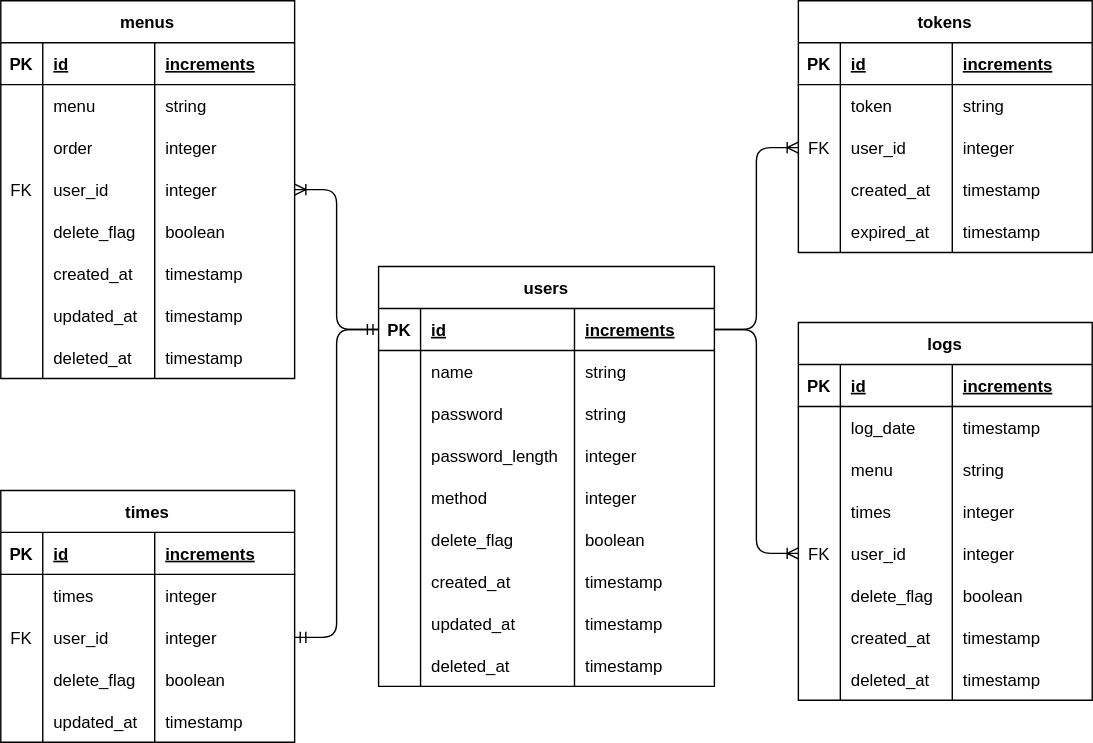
Earlier version of the draw.io export database.svg (anti-paper/design). Source tidied: cells renumbered, new cells last; positions are measured from the earlier drawing's top-left corner, leaving out a move shared by most shapes.
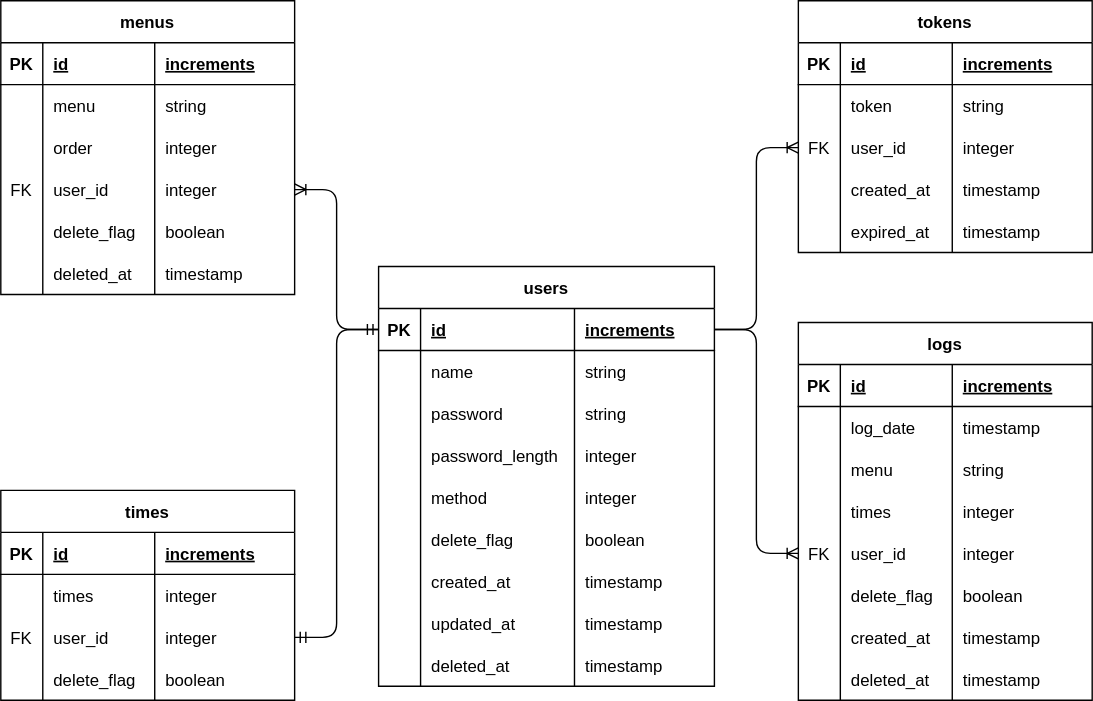
Above is the later version.

Commit message:
ER図SVGファイル更新忘れ対応

The edit, as a diff of the source:
```diff
@@ -282,7 +282,7 @@
       <mxGeometry relative="1" as="geometry" />
     </mxCell>
     <mxCell id="95" value="menus" style="shape=table;startSize=30;rowLines=0;fontStyle=1;align=center;" parent="1" vertex="1">
-      <mxGeometry width="210" height="270" as="geometry" />
+      <mxGeometry width="210" height="210" as="geometry" />
     </mxCell>
     <mxCell id="96" style="shape=tableRow;horizontal=0;startSize=0;swimlaneHead=0;swimlaneBody=0;fillColor=none;top=0;left=0;right=0;bottom=1;" parent="95" vertex="1">
       <mxGeometry y="30" width="210" height="30" as="geometry" />
@@ -344,32 +344,8 @@
     <mxCell id="115" value="boolean" style="shape=partialRectangle;fillColor=none;top=0;left=0;bottom=0;right=0;align=left;spacingLeft=6;overflow=hidden;" parent="112" vertex="1">
       <mxGeometry x="110" width="100" height="30" as="geometry" />
     </mxCell>
-    <mxCell id="116" style="shape=tableRow;horizontal=0;startSize=0;swimlaneHead=0;swimlaneBody=0;fillColor=none;top=0;left=0;right=0;bottom=0;" parent="95" vertex="1">
-      <mxGeometry y="180" width="210" height="30" as="geometry" />
-    </mxCell>
-    <mxCell id="117" style="shape=partialRectangle;fillColor=none;top=0;left=0;bottom=0;right=0;overflow=hidden;" parent="116" vertex="1">
-      <mxGeometry width="30" height="30" as="geometry" />
-    </mxCell>
-    <mxCell id="118" value="created_at" style="shape=partialRectangle;fillColor=none;top=0;left=0;bottom=0;right=0;align=left;spacingLeft=6;overflow=hidden;" parent="116" vertex="1">
-      <mxGeometry x="30" width="80" height="30" as="geometry" />
-    </mxCell>
-    <mxCell id="119" value="timestamp" style="shape=partialRectangle;fillColor=none;top=0;left=0;bottom=0;right=0;align=left;spacingLeft=6;overflow=hidden;" parent="116" vertex="1">
-      <mxGeometry x="110" width="100" height="30" as="geometry" />
-    </mxCell>
-    <mxCell id="120" style="shape=tableRow;horizontal=0;startSize=0;swimlaneHead=0;swimlaneBody=0;fillColor=none;top=0;left=0;right=0;bottom=0;" parent="95" vertex="1">
-      <mxGeometry y="210" width="210" height="30" as="geometry" />
-    </mxCell>
-    <mxCell id="121" style="shape=partialRectangle;fillColor=none;top=0;left=0;bottom=0;right=0;overflow=hidden;" parent="120" vertex="1">
-      <mxGeometry width="30" height="30" as="geometry" />
-    </mxCell>
-    <mxCell id="122" value="updated_at" style="shape=partialRectangle;fillColor=none;top=0;left=0;bottom=0;right=0;align=left;spacingLeft=6;overflow=hidden;" parent="120" vertex="1">
-      <mxGeometry x="30" width="80" height="30" as="geometry" />
-    </mxCell>
-    <mxCell id="123" value="timestamp" style="shape=partialRectangle;fillColor=none;top=0;left=0;bottom=0;right=0;align=left;spacingLeft=6;overflow=hidden;" parent="120" vertex="1">
-      <mxGeometry x="110" width="100" height="30" as="geometry" />
-    </mxCell>
     <mxCell id="124" style="shape=tableRow;horizontal=0;startSize=0;swimlaneHead=0;swimlaneBody=0;fillColor=none;top=0;left=0;right=0;bottom=0;" parent="95" vertex="1">
-      <mxGeometry y="240" width="210" height="30" as="geometry" />
+      <mxGeometry y="180" width="210" height="30" as="geometry" />
     </mxCell>
     <mxCell id="125" style="shape=partialRectangle;fillColor=none;top=0;left=0;bottom=0;right=0;overflow=hidden;" parent="124" vertex="1">
       <mxGeometry width="30" height="30" as="geometry" />
@@ -384,7 +360,7 @@
       <mxGeometry relative="1" as="geometry" />
     </mxCell>
     <mxCell id="129" value="times" style="shape=table;startSize=30;rowLines=0;fontStyle=1;align=center;" parent="1" vertex="1">
-      <mxGeometry y="350" width="210" height="180" as="geometry" />
+      <mxGeometry y="350" width="210" height="150" as="geometry" />
     </mxCell>
     <mxCell id="130" style="shape=tableRow;horizontal=0;startSize=0;swimlaneHead=0;swimlaneBody=0;fillColor=none;top=0;left=0;right=0;bottom=1;" parent="129" vertex="1">
       <mxGeometry y="30" width="210" height="30" as="geometry" />
@@ -434,18 +410,6 @@
     <mxCell id="145" value="boolean" style="shape=partialRectangle;fillColor=none;top=0;left=0;bottom=0;right=0;align=left;spacingLeft=6;overflow=hidden;" parent="142" vertex="1">
       <mxGeometry x="110" width="100" height="30" as="geometry" />
     </mxCell>
-    <mxCell id="146" style="shape=tableRow;horizontal=0;startSize=0;swimlaneHead=0;swimlaneBody=0;fillColor=none;top=0;left=0;right=0;bottom=0;" parent="129" vertex="1">
-      <mxGeometry y="150" width="210" height="30" as="geometry" />
-    </mxCell>
-    <mxCell id="147" style="shape=partialRectangle;fillColor=none;top=0;left=0;bottom=0;right=0;overflow=hidden;" parent="146" vertex="1">
-      <mxGeometry width="30" height="30" as="geometry" />
-    </mxCell>
-    <mxCell id="148" value="updated_at" style="shape=partialRectangle;fillColor=none;top=0;left=0;bottom=0;right=0;align=left;spacingLeft=6;overflow=hidden;" parent="146" vertex="1">
-      <mxGeometry x="30" width="80" height="30" as="geometry" />
-    </mxCell>
-    <mxCell id="149" value="timestamp" style="shape=partialRectangle;fillColor=none;top=0;left=0;bottom=0;right=0;align=left;spacingLeft=6;overflow=hidden;" parent="146" vertex="1">
-      <mxGeometry x="110" width="100" height="30" as="geometry" />
-    </mxCell>
     <mxCell id="150" style="edgeStyle=entityRelationEdgeStyle;fontSize=12;html=1;endArrow=ERmandOne;startArrow=ERmandOne;entryX=1;entryY=0.5;entryDx=0;entryDy=0;exitX=0;exitY=0.5;exitDx=0;exitDy=0;" parent="1" edge="1" source="3" target="138">
       <mxGeometry relative="1" as="geometry" />
     </mxCell>
```
